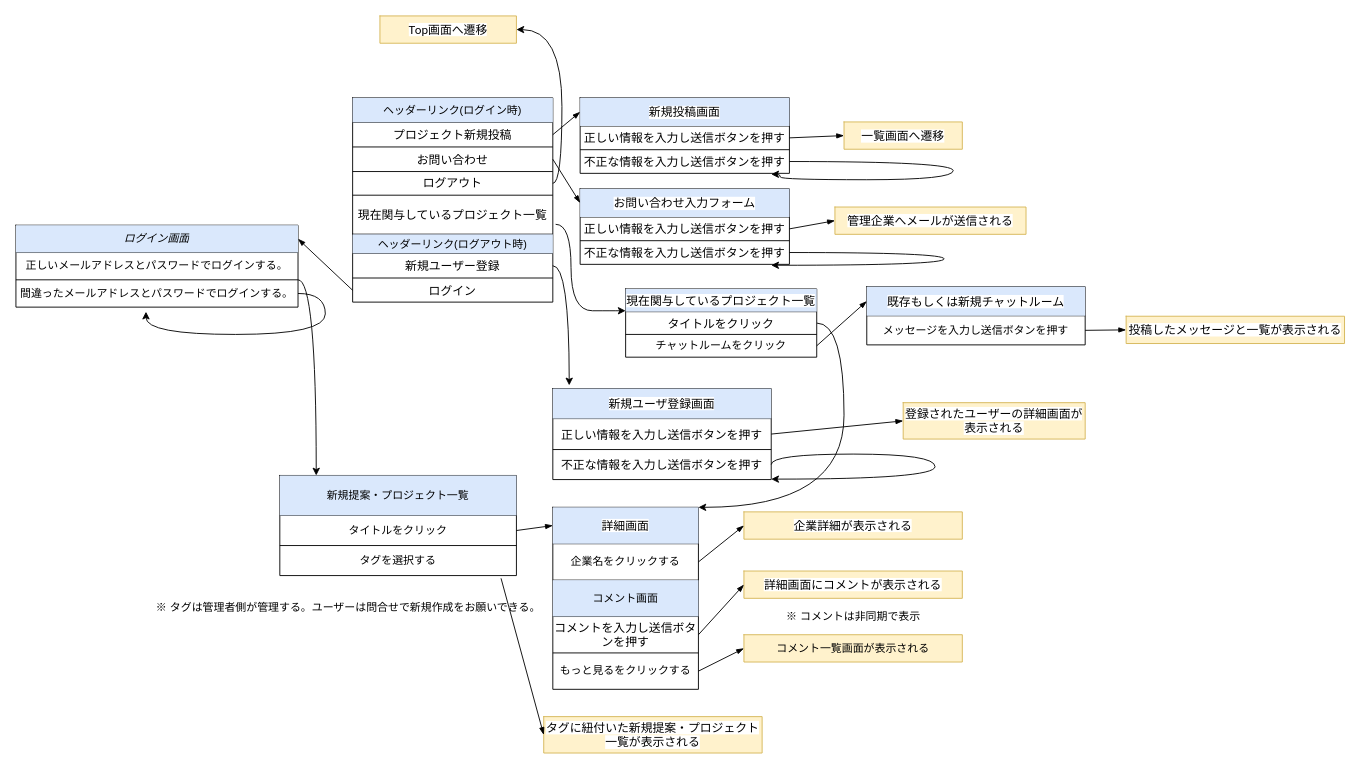
Sec-il-n/dic_guraduate_parts keeps this draw.io diagram as page "画面遷移図" (1 of 2) of 名称未設定ファイル.drawio. Above is the earlier version. Source tidied: cells renumbered, new cells numbered last; positions are measured from the earlier drawing's top-left corner, leaving out a move shared by most shapes. Both pictures are drawn from the tidied source at 91%, with x=0, y=0 at pixel (15, 15).
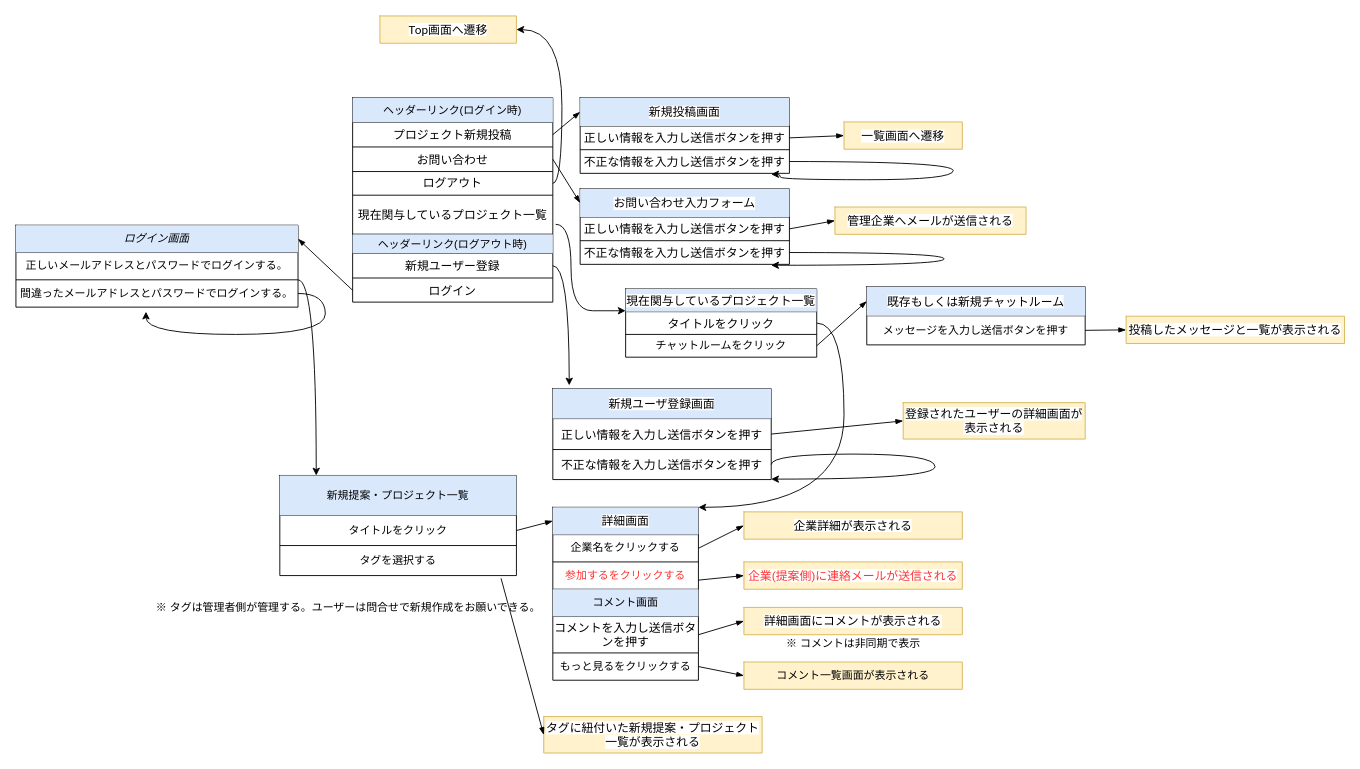
After the change.

Commit message:
名称未設定ファイル.drawio を更新します

The edit, as a diff of the source:
```diff
@@
     <mxCell id="18" style="shape=table;html=1;whiteSpace=wrap;startSize=0;childLayout=tableLayout;" parent="1" vertex="1">
-      <mxGeometry x="590" y="540" width="160" height="200" as="geometry" />
+      <mxGeometry x="590" y="540" width="160" height="190" as="geometry" />
     </mxCell>
     <mxCell id="19" style="shape=partialRectangle;html=1;whiteSpace=wrap;fillColor=none;top=0;left=0;bottom=0;right=0;points=[[0,0.5],[1,0.5]];portConstraint=eastwest;" parent="18" vertex="1">
-      <mxGeometry width="160" height="40" as="geometry" />
+      <mxGeometry width="160" height="30" as="geometry" />
     </mxCell>
     <mxCell id="20" value="&lt;span style=&quot;font-family: &amp;#34;roboto&amp;#34; , &amp;#34;robotodraft&amp;#34; , &amp;#34;helvetica&amp;#34; , &amp;#34;arial&amp;#34; , sans-serif ; font-size: 13px ; background-color: rgb(255 , 255 , 255)&quot;&gt;詳細画面&lt;/span&gt;" style="shape=partialRectangle;html=1;whiteSpace=wrap;overflow=hidden;fillColor=#dae8fc;top=0;left=0;bottom=0;right=0;strokeColor=#6c8ebf;" parent="19" vertex="1">
-      <mxGeometry width="160" height="40" as="geometry" />
+      <mxGeometry width="160" height="30" as="geometry" />
     </mxCell>
     <mxCell id="21" style="shape=partialRectangle;html=1;whiteSpace=wrap;fillColor=none;top=0;left=0;bottom=0;right=0;points=[[0,0.5],[1,0.5]];portConstraint=eastwest;" parent="18" vertex="1">
-      <mxGeometry y="40" width="160" height="40" as="geometry" />
+      <mxGeometry y="30" width="160" height="30" as="geometry" />
     </mxCell>
     <mxCell id="22" value="企業名をクリックする" style="shape=partialRectangle;html=1;whiteSpace=wrap;overflow=hidden;fillColor=none;top=0;left=0;bottom=0;right=0;" parent="21" vertex="1">
-      <mxGeometry width="160" height="40" as="geometry" />
+      <mxGeometry width="160" height="30" as="geometry" />
     </mxCell>
+    <mxCell id="130" style="shape=partialRectangle;html=1;whiteSpace=wrap;fillColor=none;top=0;left=0;bottom=0;right=0;" parent="18" vertex="1">
+      <mxGeometry y="60" width="160" height="30" as="geometry" />
+    </mxCell>
+    <mxCell id="131" value="&lt;font color=&quot;#ff3333&quot;&gt;参加するをクリックする&lt;/font&gt;" style="shape=partialRectangle;html=1;whiteSpace=wrap;overflow=hidden;fillColor=none;top=0;left=0;bottom=0;right=0;" parent="130" vertex="1">
+      <mxGeometry width="160" height="30" as="geometry" />
+    </mxCell>
     <mxCell id="23" style="shape=partialRectangle;html=1;whiteSpace=wrap;fillColor=none;top=0;left=0;bottom=0;right=0;" parent="18" vertex="1">
-      <mxGeometry y="80" width="160" height="40" as="geometry" />
+      <mxGeometry y="90" width="160" height="30" as="geometry" />
     </mxCell>
     <mxCell id="24" value="コメント画面" style="shape=partialRectangle;html=1;whiteSpace=wrap;overflow=hidden;fillColor=#dae8fc;top=0;left=0;bottom=0;right=0;strokeColor=#6c8ebf;" parent="23" vertex="1">
-      <mxGeometry width="160" height="40" as="geometry" />
+      <mxGeometry width="160" height="30" as="geometry" />
     </mxCell>
@@
     <mxCell id="27" style="shape=partialRectangle;html=1;whiteSpace=wrap;fillColor=none;top=0;left=0;bottom=0;right=0;points=[[0,0.5],[1,0.5]];portConstraint=eastwest;" parent="18" vertex="1">
-      <mxGeometry y="160" width="160" height="40" as="geometry" />
+      <mxGeometry y="160" width="160" height="30" as="geometry" />
     </mxCell>
     <mxCell id="28" value="もっと見るをクリックする" style="shape=partialRectangle;html=1;whiteSpace=wrap;overflow=hidden;fillColor=none;top=0;left=0;bottom=0;right=0;" parent="27" vertex="1">
-      <mxGeometry width="160" height="40" as="geometry" />
+      <mxGeometry width="160" height="30" as="geometry" />
     </mxCell>
     <mxCell id="29" style="shape=table;html=1;whiteSpace=wrap;startSize=0;childLayout=tableLayout;fillColor=#fff2cc;strokeColor=#d6b656;" parent="1" vertex="1">
-      <mxGeometry x="800" y="610" width="240" height="30" as="geometry" />
+      <mxGeometry x="800" y="650" width="240" height="30" as="geometry" />
     </mxCell>
@@
     <mxCell id="108" value="※ コメントは非同期で表示" style="text;html=1;align=center;verticalAlign=middle;" parent="1" vertex="1">
-      <mxGeometry x="840" y="650" width="160" height="20" as="geometry" />
+      <mxGeometry x="840" y="680" width="160" height="20" as="geometry" />
     </mxCell>
@@
     <mxCell id="114" style="shape=table;html=1;whiteSpace=wrap;startSize=0;childLayout=tableLayout;fillColor=#fff2cc;strokeColor=#d6b656;" parent="1" vertex="1">
-      <mxGeometry x="800" y="680" width="240" height="30" as="geometry" />
+      <mxGeometry x="800" y="710" width="240" height="30" as="geometry" />
     </mxCell>
@@
+    <mxCell id="132" style="edgeStyle=none;jettySize=auto;html=1;startArrow=blockThin;startFill=1;endArrow=none;endFill=0;exitX=0;exitY=0.5;exitDx=0;exitDy=0;" parent="1" edge="1" source="134">
+      <mxGeometry relative="1" as="geometry">
+        <mxPoint x="750" y="620" as="targetPoint" />
+      </mxGeometry>
+    </mxCell>
+    <mxCell id="133" style="shape=table;html=1;whiteSpace=wrap;startSize=0;childLayout=tableLayout;fillColor=#fff2cc;strokeColor=#d6b656;" parent="1" vertex="1">
+      <mxGeometry x="800" y="600" width="240" height="30" as="geometry" />
+    </mxCell>
+    <mxCell id="134" style="shape=partialRectangle;html=1;whiteSpace=wrap;fillColor=none;top=0;left=0;bottom=0;right=0;points=[[0,0.5],[1,0.5]];portConstraint=eastwest;" parent="133" vertex="1">
+      <mxGeometry width="240" height="30" as="geometry" />
+    </mxCell>
+    <mxCell id="135" value="&lt;font face=&quot;roboto, robotodraft, helvetica, arial, sans-serif&quot; color=&quot;#ff3333&quot;&gt;&lt;span style=&quot;font-size: 13px ; background-color: rgb(255 , 255 , 255)&quot;&gt;企業(提案側)に連絡メールが送信される&lt;/span&gt;&lt;/font&gt;" style="shape=partialRectangle;html=1;whiteSpace=wrap;overflow=hidden;fillColor=none;top=0;left=0;bottom=0;right=0;" parent="134" vertex="1">
+      <mxGeometry width="240" height="30" as="geometry" />
+    </mxCell>
```
